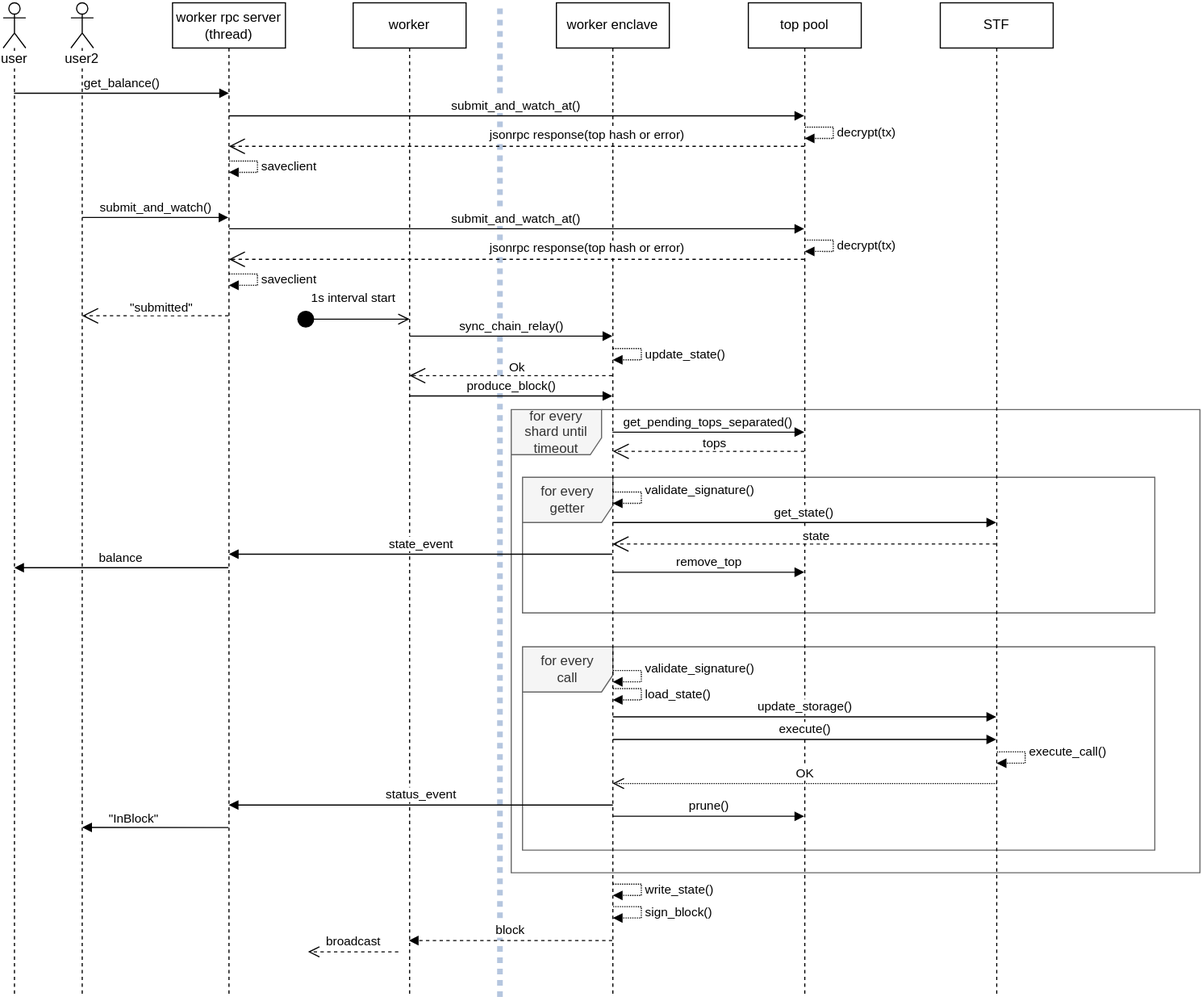
This is sidechain-sequence.svg from haerdib/substraTEE_diagramms, a draw.io export, as it was before one commit. Source tidied: cells renumbered, new cells last; positions are measured from the earlier drawing's top-left corner, leaving out a move shared by most shapes.
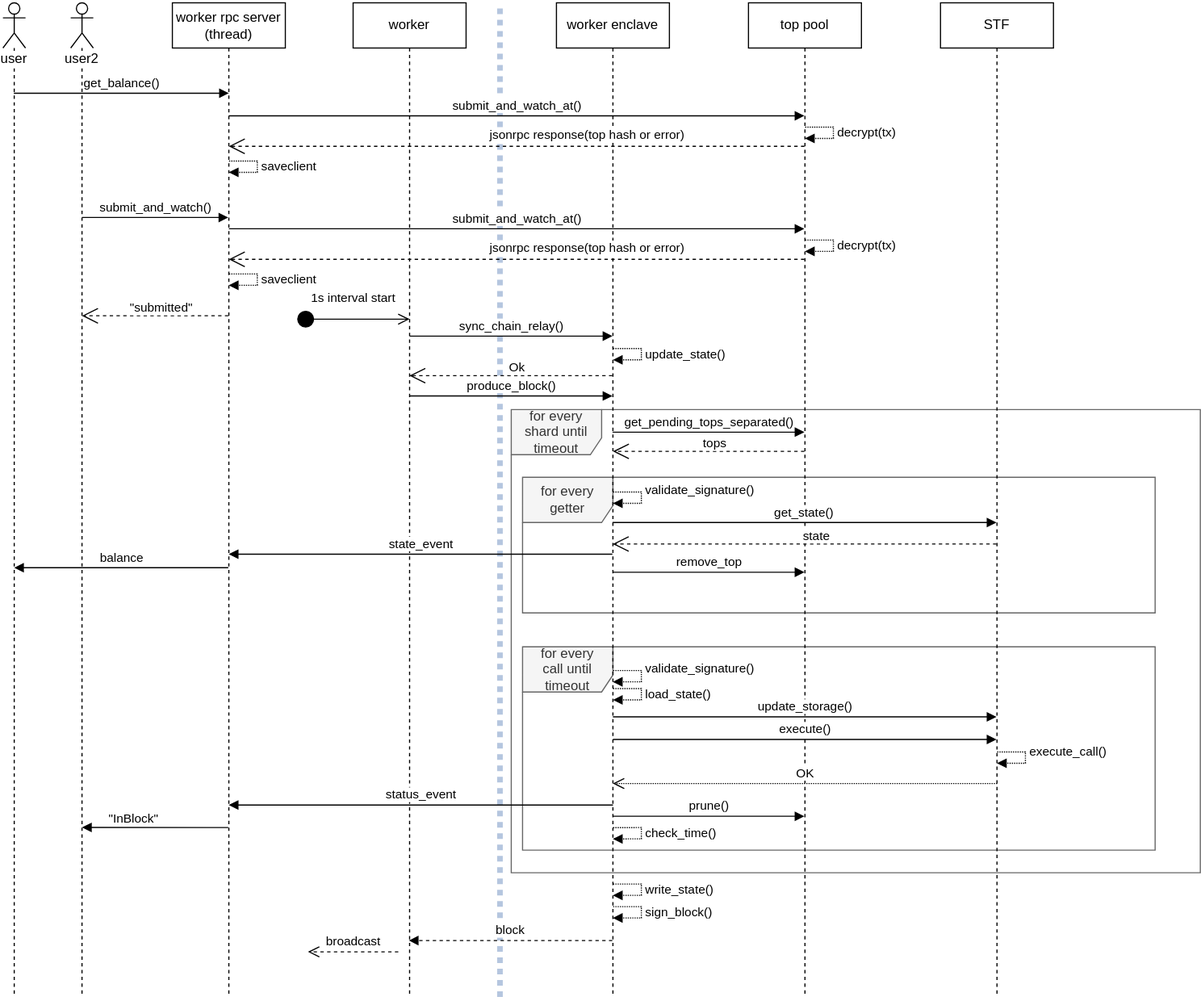
Later version of the same file.

The edit, as a diff of the source:
```diff
@@ -5,7 +5,7 @@
     <mxCell id="2" value="for every shard until timeout" style="shape=umlFrame;whiteSpace=wrap;html=1;width=80;height=40;fillColor=#f5f5f5;strokeColor=#666666;fontColor=#333333;" parent="1" vertex="1">
       <mxGeometry x="450" y="360" width="610" height="410" as="geometry" />
     </mxCell>
-    <mxCell id="3" value="&lt;div&gt;for every&lt;/div&gt;&lt;div&gt;call&lt;br&gt;&lt;/div&gt;" style="shape=umlFrame;whiteSpace=wrap;html=1;width=80;height=40;fillColor=#f5f5f5;strokeColor=#666666;fontColor=#333333;" parent="1" vertex="1">
+    <mxCell id="3" value="&lt;div&gt;for every&lt;/div&gt;&lt;div&gt;call until timeout&lt;br&gt;&lt;/div&gt;" style="shape=umlFrame;whiteSpace=wrap;html=1;width=80;height=40;fillColor=#f5f5f5;strokeColor=#666666;fontColor=#333333;" parent="1" vertex="1">
       <mxGeometry x="460" y="570" width="560" height="180" as="geometry" />
     </mxCell>
     <mxCell id="4" value="for every getter" style="shape=umlFrame;whiteSpace=wrap;html=1;width=80;height=40;fillColor=#f5f5f5;strokeColor=#666666;fontColor=#333333;" parent="1" vertex="1">
@@ -313,5 +313,15 @@
         <mxPoint x="-3" y="-1" as="offset" />
       </mxGeometry>
     </mxCell>
+    <mxCell id="50" value="check_time()" style="edgeStyle=orthogonalEdgeStyle;html=1;align=left;spacingLeft=2;endArrow=block;rounded=0;dashed=1;dashPattern=1 1;" parent="1" edge="1">
+      <mxGeometry relative="1" as="geometry">
+        <mxPoint x="540.2" y="730" as="sourcePoint" />
+        <mxPoint x="540" y="740" as="targetPoint" />
+        <Array as="points">
+          <mxPoint x="565.2" y="730" />
+          <mxPoint x="565.2" y="740" />
+        </Array>
+      </mxGeometry>
+    </mxCell>
   </root>
 </mxGraphModel>
```
